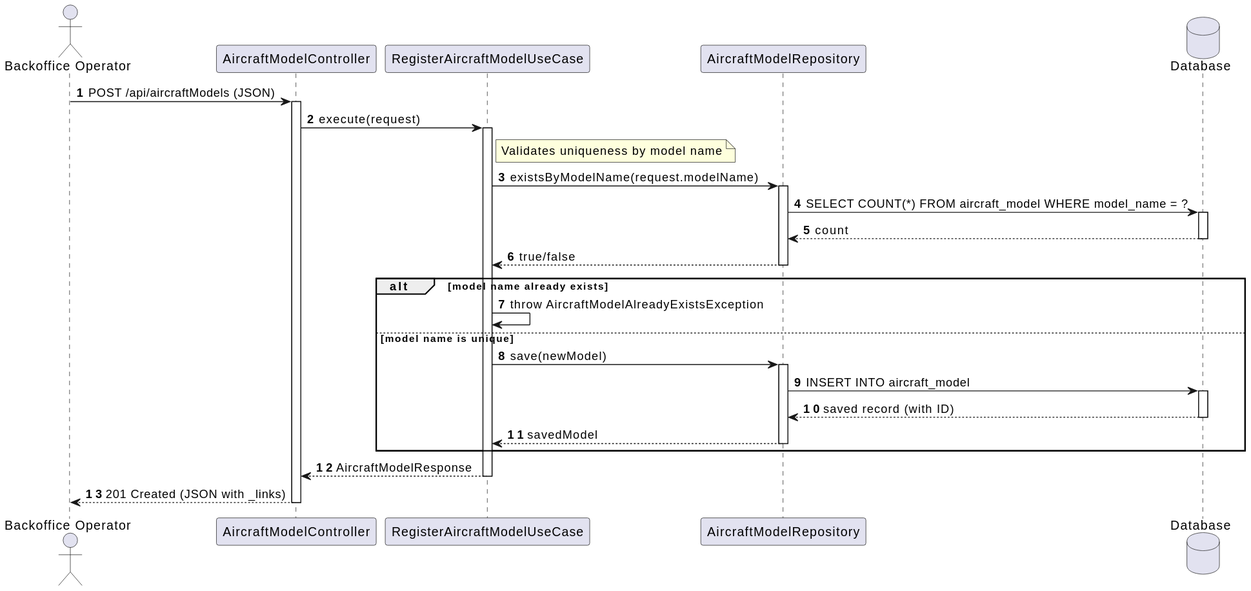
VascoMagolo/psoft_1231562_1241692_1242036_2db keeps this PlantUML diagram as docs/system-documentation/use-cases/WP1A/US101/svg/sd_us101.svg. Above is the earlier version. Its diagram source:
```plantuml
@startuml
autonumber
actor "Backoffice Operator" as BO
participant "AircraftModelController" as Ctrl
participant "RegisterAircraftModelUseCase" as UC
participant "AircraftModelRepository" as Repo
database "Database" as DB
BO -> Ctrl : POST /api/aircraftModels (JSON)
activate Ctrl
Ctrl -> UC : execute(request)
activate UC
note right of UC : Validates uniqueness by model name
UC -> Repo : existsByModelName(request.modelName)
activate Repo
Repo -> DB : SELECT COUNT(*) FROM aircraft_model WHERE model_name = ?
activate DB
DB --> Repo : count
deactivate DB
Repo --> UC : true/false
deactivate Repo
alt model name already exists
    UC -> UC : throw AircraftModelAlreadyExistsException
else model name is unique
    UC -> Repo : save(newModel)
    activate Repo
    Repo -> DB : INSERT INTO aircraft_model
    activate DB
    DB --> Repo : saved record (with ID)
    deactivate DB
    Repo --> UC : savedModel
    deactivate Repo
end
UC --> Ctrl : AircraftModelResponse
deactivate UC
Ctrl --> BO : 201 Created (JSON with _links)
deactivate Ctrl
@enduml
```
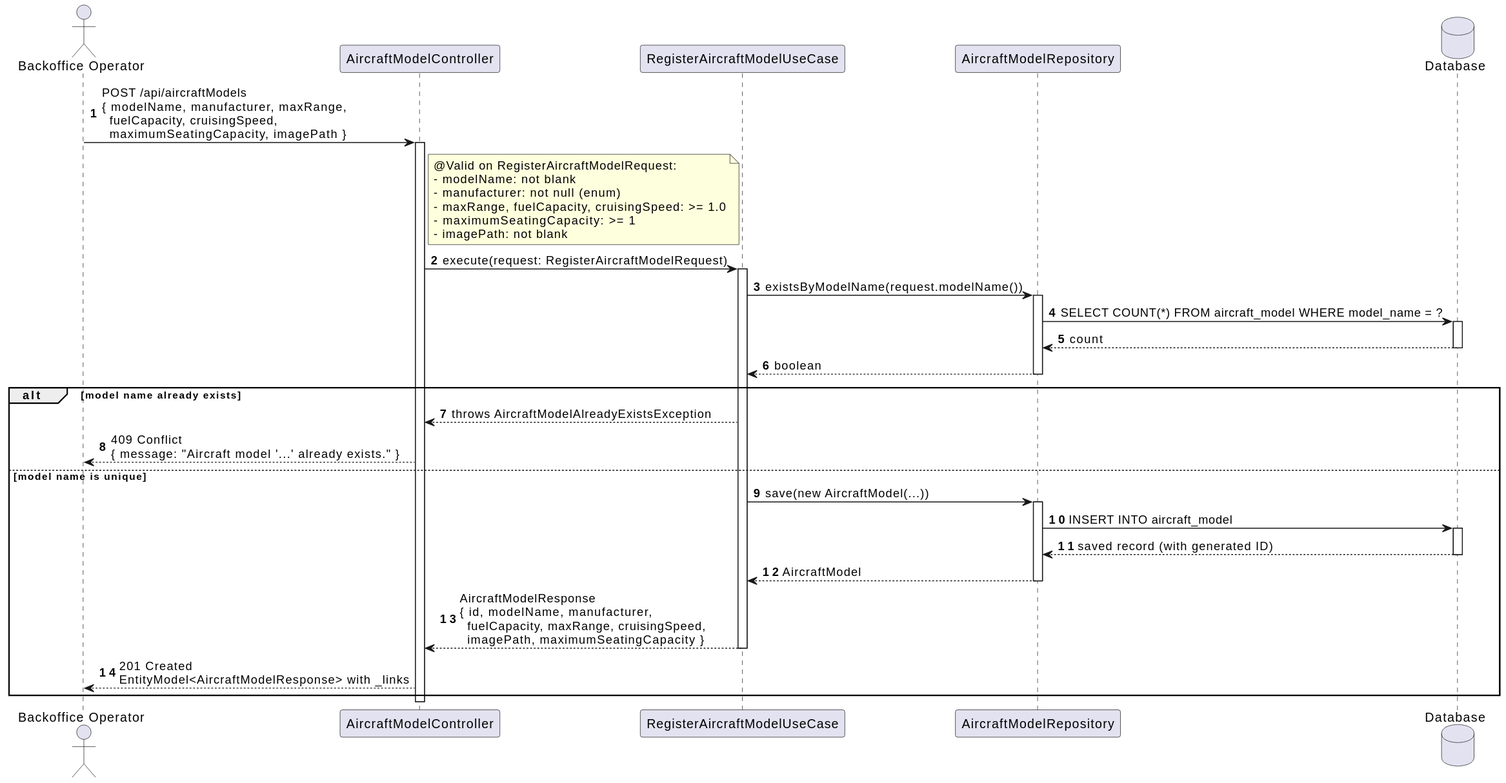
Above is the later version.

The edit, as a diff of the source:
```diff
@@ -5,33 +5,48 @@
 participant "RegisterAircraftModelUseCase" as UC
 participant "AircraftModelRepository" as Repo
 database "Database" as DB
-BO -> Ctrl : POST /api/aircraftModels (JSON)
+
+BO -> Ctrl : POST /api/aircraftModels\n{ modelName, manufacturer, maxRange,\n  fuelCapacity, cruisingSpeed,\n  maximumSeatingCapacity, imagePath }
 activate Ctrl
-Ctrl -> UC : execute(request)
+
+note right of Ctrl
+  @Valid on RegisterAircraftModelRequest:
+  - modelName: not blank
+  - manufacturer: not null (enum)
+  - maxRange, fuelCapacity, cruisingSpeed: >= 1.0
+  - maximumSeatingCapacity: >= 1
+  - imagePath: not blank
+end note
+
+Ctrl -> UC : execute(request: RegisterAircraftModelRequest)
 activate UC
-note right of UC : Validates uniqueness by model name
-UC -> Repo : existsByModelName(request.modelName)
+
+UC -> Repo : existsByModelName(request.modelName())
 activate Repo
 Repo -> DB : SELECT COUNT(*) FROM aircraft_model WHERE model_name = ?
 activate DB
 DB --> Repo : count
 deactivate DB
-Repo --> UC : true/false
+Repo --> UC : boolean
 deactivate Repo
+
 alt model name already exists
-    UC -> UC : throw AircraftModelAlreadyExistsException
+  UC --> Ctrl : throws AircraftModelAlreadyExistsException
+  Ctrl --> BO : 409 Conflict\n{ message: "Aircraft model '...' already exists." }
 else model name is unique
-    UC -> Repo : save(newModel)
-    activate Repo
-    Repo -> DB : INSERT INTO aircraft_model
-    activate DB
-    DB --> Repo : saved record (with ID)
-    deactivate DB
-    Repo --> UC : savedModel
-    deactivate Repo
+  UC -> Repo : save(new AircraftModel(...))
+  activate Repo
+  Repo -> DB : INSERT INTO aircraft_model
+  activate DB
+  DB --> Repo : saved record (with generated ID)
+  deactivate DB
+  Repo --> UC : AircraftModel
+  deactivate Repo
+
+  UC --> Ctrl : AircraftModelResponse\n{ id, modelName, manufacturer,\n  fuelCapacity, maxRange, cruisingSpeed,\n  imagePath, maximumSeatingCapacity }
+  deactivate UC
+  Ctrl --> BO : 201 Created\nEntityModel<AircraftModelResponse> with _links
 end
-UC --> Ctrl : AircraftModelResponse
-deactivate UC
-Ctrl --> BO : 201 Created (JSON with _links)
+
 deactivate Ctrl
 @enduml
```
